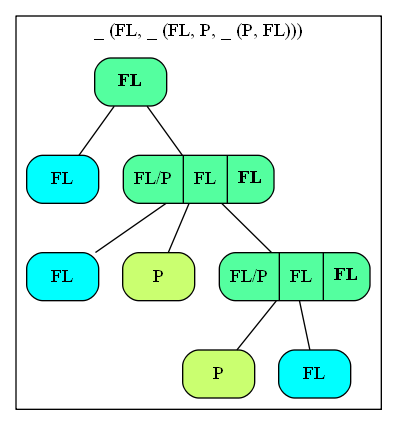
Above: Paper - Latex/Figures/Fitch1.png in Irallia/IZW-HU-Parasites (Graphviz), before the change. Its source is kept beside it as Paper - Latex/Figures/Fitch1.gv. The source it was exported from:
```dot
graph "Fitch1" {


subgraph cluster01 {
    label="_ (FL, _ (FL, P, _ (P, FL)))"
    node [shape=Mrecord style=filled]

    n010 [label=<<B>FL</B>>,	fillcolor="seagreen1"] ;
    n011 [label="FL",		fillcolor="cyan"] ;
    n012 [label=<FL/P | FL | <B>FL</B>> fillcolor="seagreen1"];
    n013 [label="FL", 		fillcolor="cyan"] ;
    n014 [label="P", 		fillcolor="darkolivegreen1"] ;
    n015 [label=<FL/P | FL | <B>FL</B>> fillcolor="seagreen1"];
    n016 [label="P", 		fillcolor="darkolivegreen1"] ;
    n017 [label="FL", 		fillcolor="cyan"] ;



    n010 -- n011 ;
    n010 -- n012 ;
    n012 -- n013 ;
    n012 -- n014 ;
    n012 -- n015 ;
    n015 -- n016 ;
    n015 -- n017 ;

}
}
```
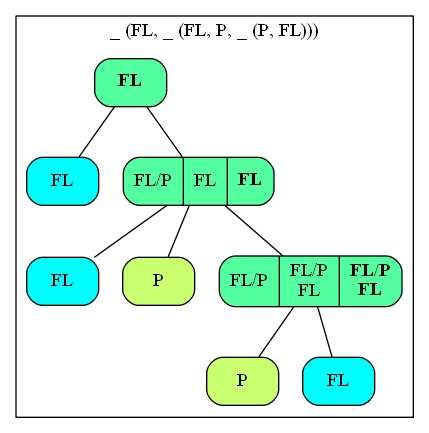
The same diagram one commit later.

What changed in the source:
```diff
@@ -1,20 +1,18 @@
 graph "Fitch1" {
 
+node [shape=Mrecord style=filled]
 
 subgraph cluster01 {
-    label="_ (FL, _ (FL, P, _ (P, FL)))"
-    node [shape=Mrecord style=filled]
+    label="_ (FL, _ (FL, _ (P, _ (FL, _  (P, FL)))))"
 
     n010 [label=<<B>FL</B>>,	fillcolor="seagreen1"] ;
     n011 [label="FL",		fillcolor="cyan"] ;
     n012 [label=<FL/P | FL | <B>FL</B>> fillcolor="seagreen1"];
     n013 [label="FL", 		fillcolor="cyan"] ;
     n014 [label="P", 		fillcolor="darkolivegreen1"] ;
-    n015 [label=<FL/P | FL | <B>FL</B>> fillcolor="seagreen1"];
+    n015 [label=<FL/P | FL/P<br/>FL | <B>FL/P<br/>FL</B>> fillcolor="seagreen1"];
     n016 [label="P", 		fillcolor="darkolivegreen1"] ;
     n017 [label="FL", 		fillcolor="cyan"] ;
-
-
 
     n010 -- n011 ;
     n010 -- n012 ;
@@ -23,6 +21,6 @@
     n012 -- n015 ;
     n015 -- n016 ;
     n015 -- n017 ;
+}
 
 }
-}
```
